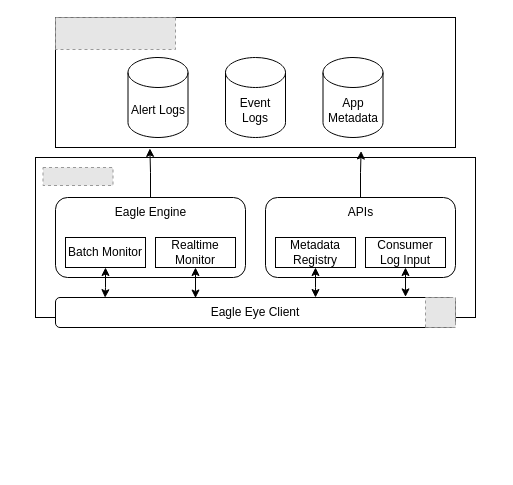
the-eagle-eye-project/eye-register keeps this draw.io diagram as documents/ee-design.drawio. Above is the earlier version. Source tidied: cells renumbered, new cells numbered last; positions are measured from the earlier drawing's top-left corner, leaving out a move shared by most shapes. Both pictures are drawn from the tidied source at 100%, with x=0, y=0 at pixel (35, 17). Pictures stored in the file or linked from it are replaced by grey dashed boxes.
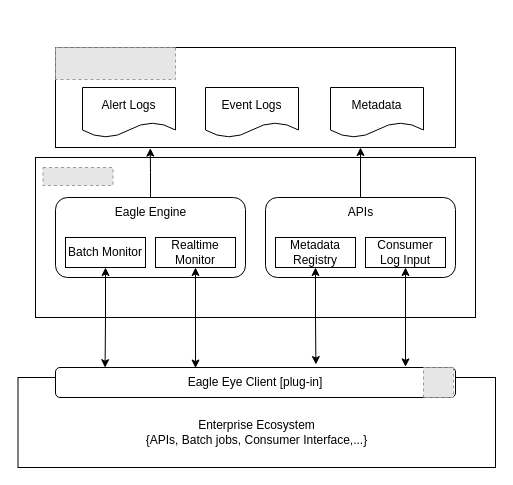
The same diagram, later.

Commit message:
Updating the Highlevel design.

Unchanged cells that the change refers to:
```xml
<mxCell id="5" style="rounded=1;whiteSpace=wrap;html=1;" parent="1" vertex="1">
  <mxGeometry x="20" y="180" width="190" height="80" as="geometry" />
</mxCell>
<mxCell id="13" style="rounded=1;whiteSpace=wrap;html=1;" parent="1" vertex="1">
  <mxGeometry x="230" y="180" width="190" height="80" as="geometry" />
</mxCell>
<mxCell id="15" value="Metadata Registry" style="rounded=0;whiteSpace=wrap;html=1;" parent="1" vertex="1">
  <mxGeometry x="240" y="220" width="80" height="30" as="geometry" />
</mxCell>
```

Diff of the diagram source:
```diff
@@
+    <mxCell id="25" style="rounded=0;whiteSpace=wrap;html=1;" parent="1" vertex="1">
+      <mxGeometry x="-17.5" y="360" width="477.5" height="90" as="geometry" />
+    </mxCell>
     <mxCell id="2" style="rounded=0;whiteSpace=wrap;html=1;" parent="1" vertex="1">
-      <mxGeometry x="20" width="400" height="130" as="geometry" />
+      <mxGeometry x="20" y="30" width="400" height="100" as="geometry" />
     </mxCell>
@@
-    <mxCell id="4" style="edgeStyle=orthogonalEdgeStyle;rounded=0;jettySize=auto;html=1;entryX=0.236;entryY=1.007;entryDx=0;entryDy=0;entryPerimeter=0;" parent="1" edge="1" source="5" target="2">
+    <mxCell id="4" style="edgeStyle=orthogonalEdgeStyle;rounded=0;jettySize=auto;html=1;entryX=0.237;entryY=1.006;entryDx=0;entryDy=0;entryPerimeter=0;" parent="1" edge="1" source="5" target="2">
       <mxGeometry relative="1" as="geometry" />
     </mxCell>
@@
-    <mxCell id="11" value="Eagle Eye Client" style="rounded=1;whiteSpace=wrap;html=1;" parent="1" vertex="1">
-      <mxGeometry x="20" y="280" width="400" height="30" as="geometry" />
+    <mxCell id="11" value="Eagle Eye Client [plug-in]" style="rounded=1;whiteSpace=wrap;html=1;" parent="1" vertex="1">
+      <mxGeometry x="20" y="350" width="400" height="30" as="geometry" />
     </mxCell>
-    <mxCell id="12" style="edgeStyle=orthogonalEdgeStyle;rounded=0;jettySize=auto;html=1;entryX=0.764;entryY=1.027;entryDx=0;entryDy=0;entryPerimeter=0;" parent="1" edge="1" source="13" target="2">
-      <mxGeometry relative="1" as="geometry" />
+    <mxCell id="12" style="edgeStyle=orthogonalEdgeStyle;rounded=0;jettySize=auto;html=1;" parent="1" edge="1" source="13">
+      <mxGeometry relative="1" as="geometry">
+        <mxPoint x="325" y="130" as="targetPoint" />
+      </mxGeometry>
     </mxCell>
@@
-    <mxCell id="14" style="edgeStyle=orthogonalEdgeStyle;rounded=0;jettySize=auto;html=1;startArrow=classic;startFill=1;" parent="1" edge="1" source="15">
-      <mxGeometry relative="1" as="geometry">
-        <mxPoint x="280" y="280" as="targetPoint" />
-      </mxGeometry>
+    <mxCell id="14" style="edgeStyle=orthogonalEdgeStyle;rounded=0;jettySize=auto;html=1;startArrow=classic;startFill=1;entryX=0.651;entryY=-0.1;entryDx=0;entryDy=0;entryPerimeter=0;" parent="1" edge="1" source="15" target="11">
+      <mxGeometry relative="1" as="geometry" />
     </mxCell>
@@
     <mxCell id="20" style="fillColor=#E6E6E6;strokeColor=#999999;dashed=1;verticalLabelPosition=bottom;labelBackgroundColor=default;verticalAlign=top;" parent="1" vertex="1">
-      <mxGeometry x="390" y="280" width="30" height="30" as="geometry" />
+      <mxGeometry x="388" y="350" width="30" height="30" as="geometry" />
     </mxCell>
+    <mxCell id="24" style="fillColor=#E6E6E6;strokeColor=#999999;dashed=1;verticalLabelPosition=bottom;labelBackgroundColor=default;verticalAlign=top;" parent="1" vertex="1">
+      <mxGeometry x="20" y="30" width="120" height="32" as="geometry" />
+    </mxCell>
-    <mxCell id="21" value="Alert Logs" style="shape=cylinder3;whiteSpace=wrap;html=1;boundedLbl=1;backgroundOutline=1;size=15;" parent="1" vertex="1">
-      <mxGeometry x="92.5" y="40" width="60" height="80" as="geometry" />
+    <mxCell id="21" value="Alert Logs" style="shape=document;whiteSpace=wrap;html=1;boundedLbl=1;" parent="1" vertex="1">
+      <mxGeometry x="47" y="70" width="93" height="50" as="geometry" />
     </mxCell>
-    <mxCell id="22" value="Event Logs" style="shape=cylinder3;whiteSpace=wrap;html=1;boundedLbl=1;backgroundOutline=1;size=15;" parent="1" vertex="1">
-      <mxGeometry x="190" y="40" width="60" height="80" as="geometry" />
+    <mxCell id="22" value="Event Logs" style="shape=document;whiteSpace=wrap;html=1;boundedLbl=1;" parent="1" vertex="1">
+      <mxGeometry x="170" y="70" width="93" height="50" as="geometry" />
     </mxCell>
-    <mxCell id="23" value="App Metadata" style="shape=cylinder3;whiteSpace=wrap;html=1;boundedLbl=1;backgroundOutline=1;size=15;" parent="1" vertex="1">
-      <mxGeometry x="287.5" y="40" width="60" height="80" as="geometry" />
-    </mxCell>
-    <mxCell id="24" style="fillColor=#E6E6E6;strokeColor=#999999;dashed=1;verticalLabelPosition=bottom;labelBackgroundColor=default;verticalAlign=top;" parent="1" vertex="1">
-      <mxGeometry x="20" width="120" height="32" as="geometry" />
-    </mxCell>
+    <mxCell id="26" value="Metadata" style="shape=document;whiteSpace=wrap;html=1;boundedLbl=1;" parent="1" vertex="1">
+      <mxGeometry x="295" y="70" width="93" height="50" as="geometry" />
+    </mxCell>
+    <mxCell id="27" value="Enterprise Ecosystem&lt;br&gt;{APIs, Batch jobs, Consumer Interface,...}" style="text;html=1;strokeColor=none;fillColor=none;align=center;verticalAlign=middle;whiteSpace=wrap;rounded=0;" parent="1" vertex="1">
+      <mxGeometry x="79.6" y="400" width="283.2" height="30" as="geometry" />
+    </mxCell>
```
